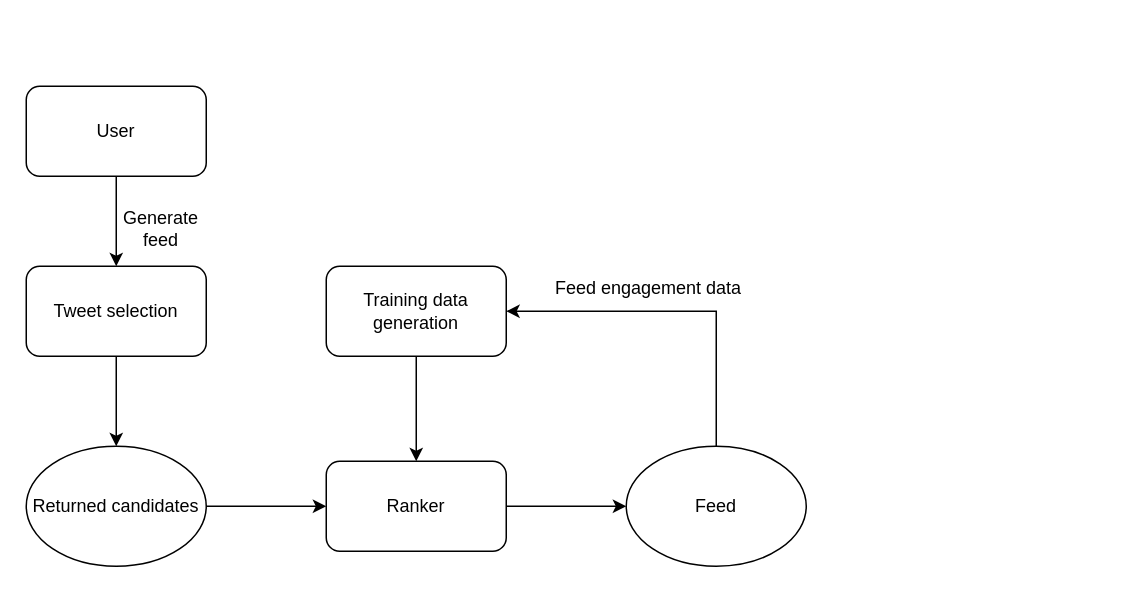
Above: img/system-design/twitter-feed1.drawio in riehseun/riehseun.github.io (draw.io), before the change. Source tidied: cells renumbered, new cells numbered last; positions are measured from the earlier drawing's top-left corner, leaving out a move shared by most shapes. Both pictures are drawn from the tidied source at 150%, with x=0, y=0 at pixel (26, 86).
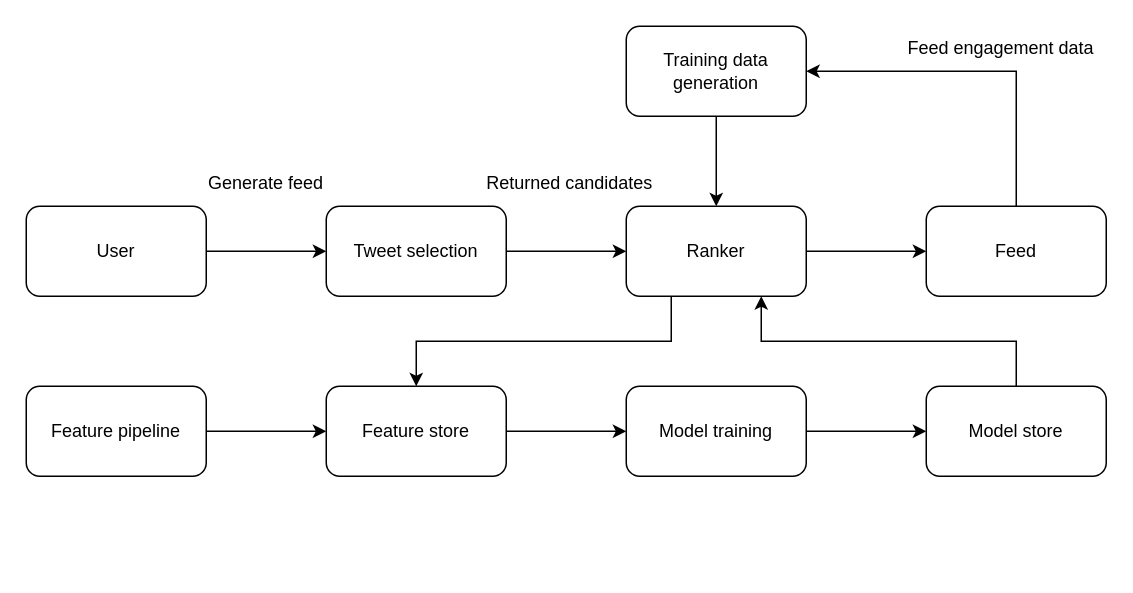
Above is the later version.

Change to the diagram source:
```diff
@@
-    <mxCell id="2" style="edgeStyle=orthogonalEdgeStyle;rounded=0;jettySize=auto;html=1;exitX=0.5;exitY=1;exitDx=0;exitDy=0;entryX=0.5;entryY=0;entryDx=0;entryDy=0;" parent="1" edge="1" source="3" target="5">
+    <mxCell id="2" style="edgeStyle=orthogonalEdgeStyle;rounded=0;jettySize=auto;html=1;exitX=1;exitY=0.5;exitDx=0;exitDy=0;" parent="1" edge="1" source="3" target="5">
       <mxGeometry relative="1" as="geometry" />
     </mxCell>
     <mxCell id="3" value="User" style="rounded=1;whiteSpace=wrap;html=1;" parent="1" vertex="1">
-      <mxGeometry width="120" height="60" as="geometry" />
+      <mxGeometry y="80" width="120" height="60" as="geometry" />
     </mxCell>
-    <mxCell id="4" style="edgeStyle=orthogonalEdgeStyle;rounded=0;jettySize=auto;html=1;exitX=0.5;exitY=1;exitDx=0;exitDy=0;" parent="1" edge="1" source="5" target="7">
-      <mxGeometry relative="1" as="geometry" />
-    </mxCell>
+    <mxCell id="16" style="edgeStyle=orthogonalEdgeStyle;rounded=0;jettySize=auto;html=1;exitX=1;exitY=0.5;exitDx=0;exitDy=0;entryX=0;entryY=0.5;entryDx=0;entryDy=0;" parent="1" edge="1" source="5" target="10">
+      <mxGeometry relative="1" as="geometry" />
+    </mxCell>
     <mxCell id="5" value="Tweet selection" style="rounded=1;whiteSpace=wrap;html=1;" parent="1" vertex="1">
-      <mxGeometry y="120" width="120" height="60" as="geometry" />
+      <mxGeometry x="200" y="80" width="120" height="60" as="geometry" />
     </mxCell>
-    <mxCell id="6" style="edgeStyle=orthogonalEdgeStyle;rounded=0;jettySize=auto;html=1;exitX=1;exitY=0.5;exitDx=0;exitDy=0;entryX=0;entryY=0.5;entryDx=0;entryDy=0;" parent="1" edge="1" source="7" target="10">
-      <mxGeometry relative="1" as="geometry" />
-    </mxCell>
-    <mxCell id="7" value="Returned candidates" style="ellipse;whiteSpace=wrap;html=1;" parent="1" vertex="1">
-      <mxGeometry y="240" width="120" height="80" as="geometry" />
-    </mxCell>
     <mxCell id="8" value="Generate feed" style="text;html=1;strokeColor=none;fillColor=none;align=center;verticalAlign=middle;whiteSpace=wrap;rounded=0;" parent="1" vertex="1">
-      <mxGeometry x="60" y="80" width="60" height="30" as="geometry" />
+      <mxGeometry x="110" y="50" width="100" height="30" as="geometry" />
     </mxCell>
@@
+    <mxCell id="17" style="edgeStyle=orthogonalEdgeStyle;rounded=0;jettySize=auto;html=1;exitX=0.25;exitY=1;exitDx=0;exitDy=0;" parent="1" edge="1" source="10" target="19">
+      <mxGeometry relative="1" as="geometry" />
+    </mxCell>
     <mxCell id="10" value="Ranker" style="rounded=1;whiteSpace=wrap;html=1;" parent="1" vertex="1">
-      <mxGeometry x="200" y="250" width="120" height="60" as="geometry" />
+      <mxGeometry x="400" y="80" width="120" height="60" as="geometry" />
     </mxCell>
-    <mxCell id="11" style="edgeStyle=orthogonalEdgeStyle;rounded=0;jettySize=auto;html=1;exitX=0.5;exitY=0;exitDx=0;exitDy=0;entryX=1;entryY=0.5;entryDx=0;entryDy=0;" parent="1" edge="1" source="12" target="14">
-      <mxGeometry relative="1" as="geometry" />
-    </mxCell>
-    <mxCell id="12" value="Feed" style="ellipse;whiteSpace=wrap;html=1;" parent="1" vertex="1">
-      <mxGeometry x="400" y="240" width="120" height="80" as="geometry" />
-    </mxCell>
@@
     <mxCell id="14" value="Training data generation" style="rounded=1;whiteSpace=wrap;html=1;" parent="1" vertex="1">
-      <mxGeometry x="200" y="120" width="120" height="60" as="geometry" />
+      <mxGeometry x="400" y="-40" width="120" height="60" as="geometry" />
     </mxCell>
     <mxCell id="15" value="Feed engagement data" style="text;html=1;strokeColor=none;fillColor=none;align=center;verticalAlign=middle;whiteSpace=wrap;rounded=0;" parent="1" vertex="1">
-      <mxGeometry x="345" y="120" width="140" height="30" as="geometry" />
+      <mxGeometry x="580" y="-40" width="140" height="30" as="geometry" />
     </mxCell>
+    <mxCell id="11" style="edgeStyle=orthogonalEdgeStyle;rounded=0;jettySize=auto;html=1;exitX=0.5;exitY=0;exitDx=0;exitDy=0;entryX=1;entryY=0.5;entryDx=0;entryDy=0;" parent="1" edge="1" source="12" target="14">
+      <mxGeometry relative="1" as="geometry" />
+    </mxCell>
+    <mxCell id="12" value="Feed" style="rounded=1;whiteSpace=wrap;html=1;" parent="1" vertex="1">
+      <mxGeometry x="600" y="80" width="120" height="60" as="geometry" />
+    </mxCell>
+    <mxCell id="7" value="Returned candidates" style="text;html=1;strokeColor=none;fillColor=none;align=center;verticalAlign=middle;whiteSpace=wrap;rounded=0;" parent="1" vertex="1">
+      <mxGeometry x="300" y="50" width="125" height="30" as="geometry" />
+    </mxCell>
+    <mxCell id="18" style="edgeStyle=orthogonalEdgeStyle;rounded=0;jettySize=auto;html=1;exitX=1;exitY=0.5;exitDx=0;exitDy=0;entryX=0;entryY=0.5;entryDx=0;entryDy=0;" parent="1" edge="1" source="19" target="25">
+      <mxGeometry relative="1" as="geometry" />
+    </mxCell>
+    <mxCell id="19" value="Feature store" style="rounded=1;whiteSpace=wrap;html=1;" parent="1" vertex="1">
+      <mxGeometry x="200" y="200" width="120" height="60" as="geometry" />
+    </mxCell>
+    <mxCell id="20" style="edgeStyle=orthogonalEdgeStyle;rounded=0;jettySize=auto;html=1;exitX=1;exitY=0.5;exitDx=0;exitDy=0;entryX=0;entryY=0.5;entryDx=0;entryDy=0;" parent="1" edge="1" source="21" target="19">
+      <mxGeometry relative="1" as="geometry" />
+    </mxCell>
+    <mxCell id="21" value="Feature pipeline" style="rounded=1;whiteSpace=wrap;html=1;" parent="1" vertex="1">
+      <mxGeometry y="200" width="120" height="60" as="geometry" />
+    </mxCell>
+    <mxCell id="22" style="edgeStyle=orthogonalEdgeStyle;rounded=0;jettySize=auto;html=1;exitX=0.5;exitY=0;exitDx=0;exitDy=0;entryX=0.75;entryY=1;entryDx=0;entryDy=0;" parent="1" edge="1" source="23" target="10">
+      <mxGeometry relative="1" as="geometry" />
+    </mxCell>
+    <mxCell id="23" value="Model store" style="rounded=1;whiteSpace=wrap;html=1;" parent="1" vertex="1">
+      <mxGeometry x="600" y="200" width="120" height="60" as="geometry" />
+    </mxCell>
+    <mxCell id="24" style="edgeStyle=orthogonalEdgeStyle;rounded=0;jettySize=auto;html=1;exitX=1;exitY=0.5;exitDx=0;exitDy=0;entryX=0;entryY=0.5;entryDx=0;entryDy=0;" parent="1" edge="1" source="25" target="23">
+      <mxGeometry relative="1" as="geometry" />
+    </mxCell>
+    <mxCell id="25" value="Model training" style="rounded=1;whiteSpace=wrap;html=1;" parent="1" vertex="1">
+      <mxGeometry x="400" y="200" width="120" height="60" as="geometry" />
+    </mxCell>
```
